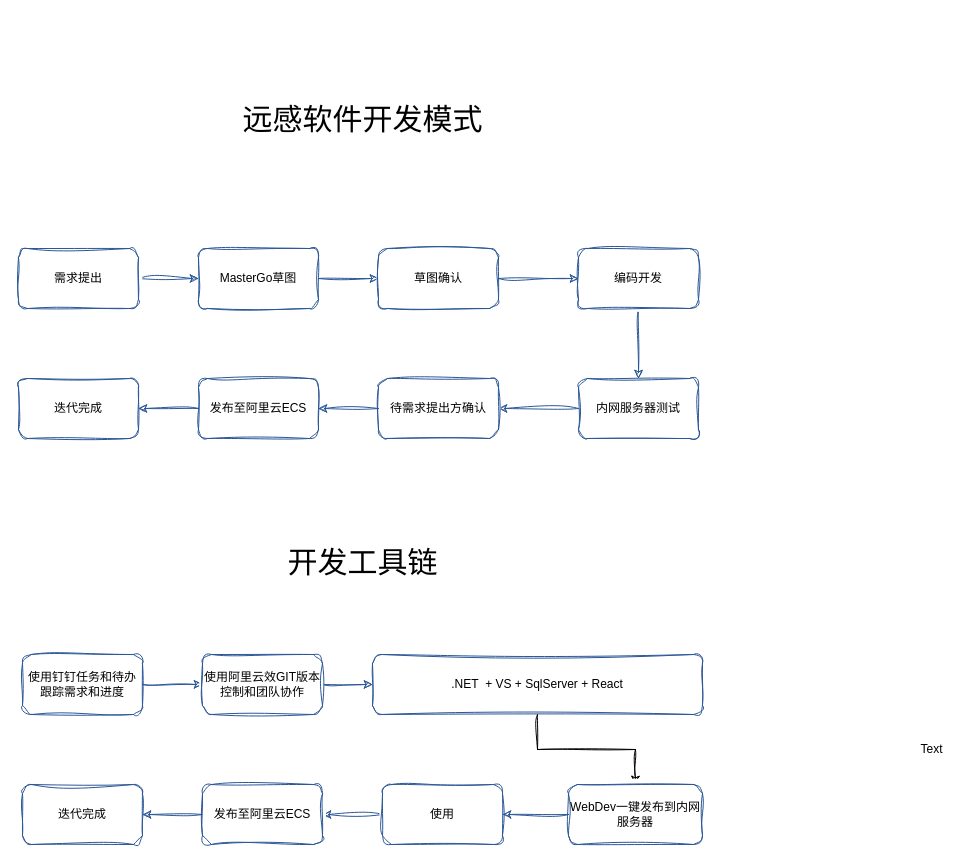
The draw.io diagram 未命名绘图.drawio in bit365/diagrams, before the edit. Source tidied: cells renumbered, new cells numbered last; positions are measured from the earlier drawing's top-left corner, leaving out a move shared by most shapes. Both pictures are drawn from the tidied source at 100%, with x=0, y=0 at pixel (18, 95).
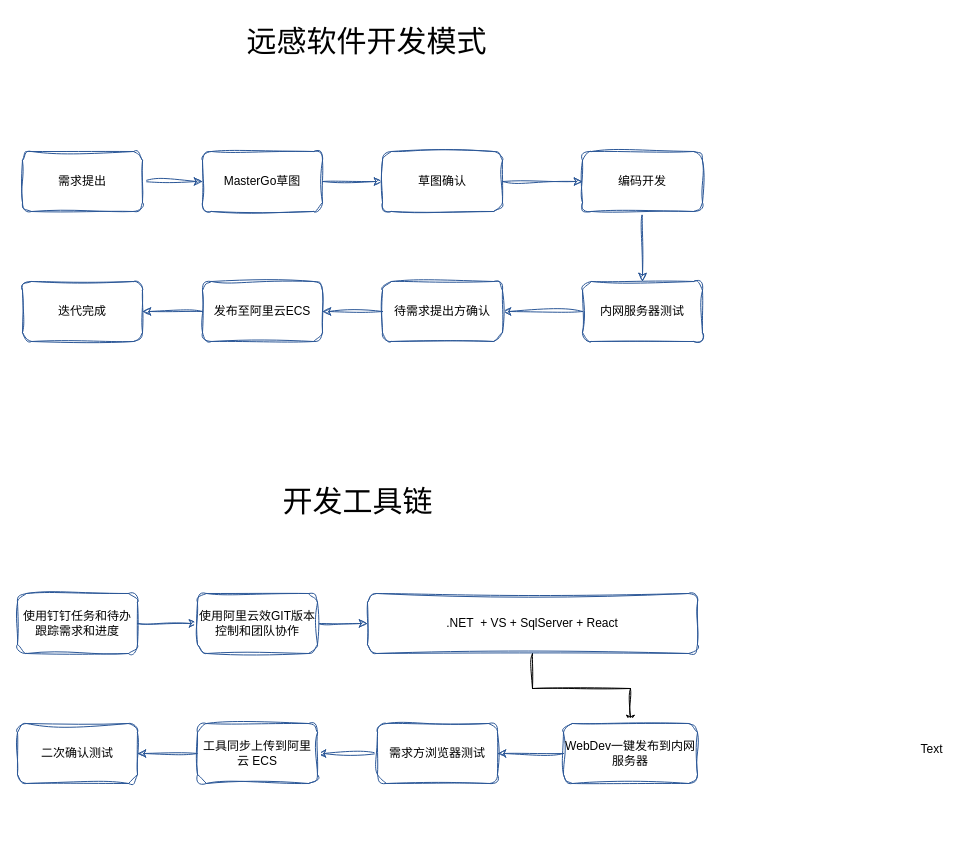
Above is the later version.

Commit message (it also covers changes not shown here):
更新未命名绘图.drawio

Diff of the diagram source:
```diff
@@
     <mxCell id="3" value="需求提出" style="rounded=1;whiteSpace=wrap;html=1;sketch=1;curveFitting=1;jiggle=2;strokeColor=#2B5797;" parent="1" vertex="1">
-      <mxGeometry y="153" width="120" height="60" as="geometry" />
+      <mxGeometry x="4" y="56" width="120" height="60" as="geometry" />
     </mxCell>
@@
     <mxCell id="5" value="MasterGo草图" style="whiteSpace=wrap;html=1;rounded=1;sketch=1;curveFitting=1;jiggle=2;strokeColor=#2B5797;" parent="1" vertex="1">
-      <mxGeometry x="180" y="153" width="120" height="60" as="geometry" />
+      <mxGeometry x="184" y="56" width="120" height="60" as="geometry" />
     </mxCell>
@@
     <mxCell id="7" value="草图确认" style="whiteSpace=wrap;html=1;rounded=1;sketch=1;curveFitting=1;jiggle=2;strokeColor=#2B5797;" parent="1" vertex="1">
-      <mxGeometry x="360" y="153" width="120" height="60" as="geometry" />
+      <mxGeometry x="364" y="56" width="120" height="60" as="geometry" />
     </mxCell>
@@
     <mxCell id="9" value="编码开发" style="whiteSpace=wrap;html=1;rounded=1;sketch=1;curveFitting=1;jiggle=2;strokeColor=#2B5797;" parent="1" vertex="1">
-      <mxGeometry x="560" y="153" width="120" height="60" as="geometry" />
+      <mxGeometry x="564" y="56" width="120" height="60" as="geometry" />
     </mxCell>
@@
     <mxCell id="11" value="内网服务器测试" style="whiteSpace=wrap;html=1;rounded=1;sketch=1;curveFitting=1;jiggle=2;strokeColor=#2B5797;" parent="1" vertex="1">
-      <mxGeometry x="560" y="283" width="120" height="60" as="geometry" />
+      <mxGeometry x="564" y="186" width="120" height="60" as="geometry" />
     </mxCell>
@@
     <mxCell id="13" value="待需求提出方确认" style="whiteSpace=wrap;html=1;rounded=1;sketch=1;curveFitting=1;jiggle=2;strokeColor=#2B5797;" parent="1" vertex="1">
-      <mxGeometry x="360" y="283" width="120" height="60" as="geometry" />
+      <mxGeometry x="364" y="186" width="120" height="60" as="geometry" />
     </mxCell>
@@
     <mxCell id="15" value="发布至阿里云ECS" style="whiteSpace=wrap;html=1;rounded=1;sketch=1;curveFitting=1;jiggle=2;strokeColor=#2B5797;" parent="1" vertex="1">
-      <mxGeometry x="180" y="283" width="120" height="60" as="geometry" />
+      <mxGeometry x="184" y="186" width="120" height="60" as="geometry" />
     </mxCell>
     <mxCell id="16" value="迭代完成" style="whiteSpace=wrap;html=1;rounded=1;sketch=1;curveFitting=1;jiggle=2;strokeColor=#2B5797;" parent="1" vertex="1">
-      <mxGeometry y="283" width="120" height="60" as="geometry" />
+      <mxGeometry x="4" y="186" width="120" height="60" as="geometry" />
     </mxCell>
     <mxCell id="17" value="&lt;font style=&quot;font-size: 30px;&quot;&gt;远感软件开发模式&lt;/font&gt;" style="text;html=1;align=center;verticalAlign=middle;strokeColor=none;fillColor=none;" parent="1" vertex="1">
-      <mxGeometry x="215" width="258" height="48" as="geometry" />
+      <mxGeometry x="219" y="-78" width="258" height="48" as="geometry" />
     </mxCell>
     <mxCell id="18" value="&lt;span style=&quot;font-size: 30px;&quot;&gt;开发工具链&lt;/span&gt;" style="text;html=1;align=center;verticalAlign=middle;strokeColor=none;fillColor=none;" parent="1" vertex="1">
-      <mxGeometry x="260" y="443" width="168" height="48" as="geometry" />
+      <mxGeometry x="255" y="382" width="168" height="48" as="geometry" />
     </mxCell>
@@
     <mxCell id="20" value="使用钉钉任务和待办跟踪需求和进度" style="rounded=1;whiteSpace=wrap;html=1;sketch=1;curveFitting=1;jiggle=2;strokeColor=#2B5797;" parent="1" vertex="1">
-      <mxGeometry x="4" y="559" width="120" height="60" as="geometry" />
+      <mxGeometry x="-1" y="498" width="120" height="60" as="geometry" />
     </mxCell>
@@
     <mxCell id="22" value="使用阿里云效GIT版本控制和团队协作" style="whiteSpace=wrap;html=1;rounded=1;sketch=1;curveFitting=1;jiggle=2;strokeColor=#2B5797;" parent="1" vertex="1">
-      <mxGeometry x="184" y="559" width="120" height="60" as="geometry" />
+      <mxGeometry x="179" y="498" width="120" height="60" as="geometry" />
     </mxCell>
@@
     <mxCell id="24" value=".NET&amp;nbsp; + VS + SqlServer + React" style="whiteSpace=wrap;html=1;rounded=1;sketch=1;curveFitting=1;jiggle=2;strokeColor=#2B5797;" parent="1" vertex="1">
-      <mxGeometry x="354" y="559" width="330" height="60" as="geometry" />
+      <mxGeometry x="349" y="498" width="330" height="60" as="geometry" />
     </mxCell>
@@
     <mxCell id="26" value="WebDev一键发布到内网服务器" style="whiteSpace=wrap;html=1;rounded=1;sketch=1;curveFitting=1;jiggle=2;strokeColor=#2B5797;" parent="1" vertex="1">
-      <mxGeometry x="550" y="689" width="134" height="60" as="geometry" />
+      <mxGeometry x="545" y="628" width="134" height="60" as="geometry" />
     </mxCell>
@@
-    <mxCell id="28" value="使用" style="whiteSpace=wrap;html=1;rounded=1;sketch=1;curveFitting=1;jiggle=2;strokeColor=#2B5797;" parent="1" vertex="1">
-      <mxGeometry x="364" y="689" width="120" height="60" as="geometry" />
+    <mxCell id="28" value="需求方浏览器测试" style="whiteSpace=wrap;html=1;rounded=1;sketch=1;curveFitting=1;jiggle=2;strokeColor=#2B5797;" parent="1" vertex="1">
+      <mxGeometry x="359" y="628" width="120" height="60" as="geometry" />
     </mxCell>
@@
-    <mxCell id="30" value="发布至阿里云ECS" style="whiteSpace=wrap;html=1;rounded=1;sketch=1;curveFitting=1;jiggle=2;strokeColor=#2B5797;" parent="1" vertex="1">
-      <mxGeometry x="184" y="689" width="120" height="60" as="geometry" />
+    <mxCell id="30" value="工具同步上传到阿里云 ECS" style="whiteSpace=wrap;html=1;rounded=1;sketch=1;curveFitting=1;jiggle=2;strokeColor=#2B5797;" parent="1" vertex="1">
+      <mxGeometry x="179" y="628" width="120" height="60" as="geometry" />
     </mxCell>
-    <mxCell id="31" value="迭代完成" style="whiteSpace=wrap;html=1;rounded=1;sketch=1;curveFitting=1;jiggle=2;strokeColor=#2B5797;" parent="1" vertex="1">
-      <mxGeometry x="4" y="689" width="120" height="60" as="geometry" />
+    <mxCell id="31" value="二次确认测试" style="whiteSpace=wrap;html=1;rounded=1;sketch=1;curveFitting=1;jiggle=2;strokeColor=#2B5797;" parent="1" vertex="1">
+      <mxGeometry x="-1" y="628" width="120" height="60" as="geometry" />
     </mxCell>
```
